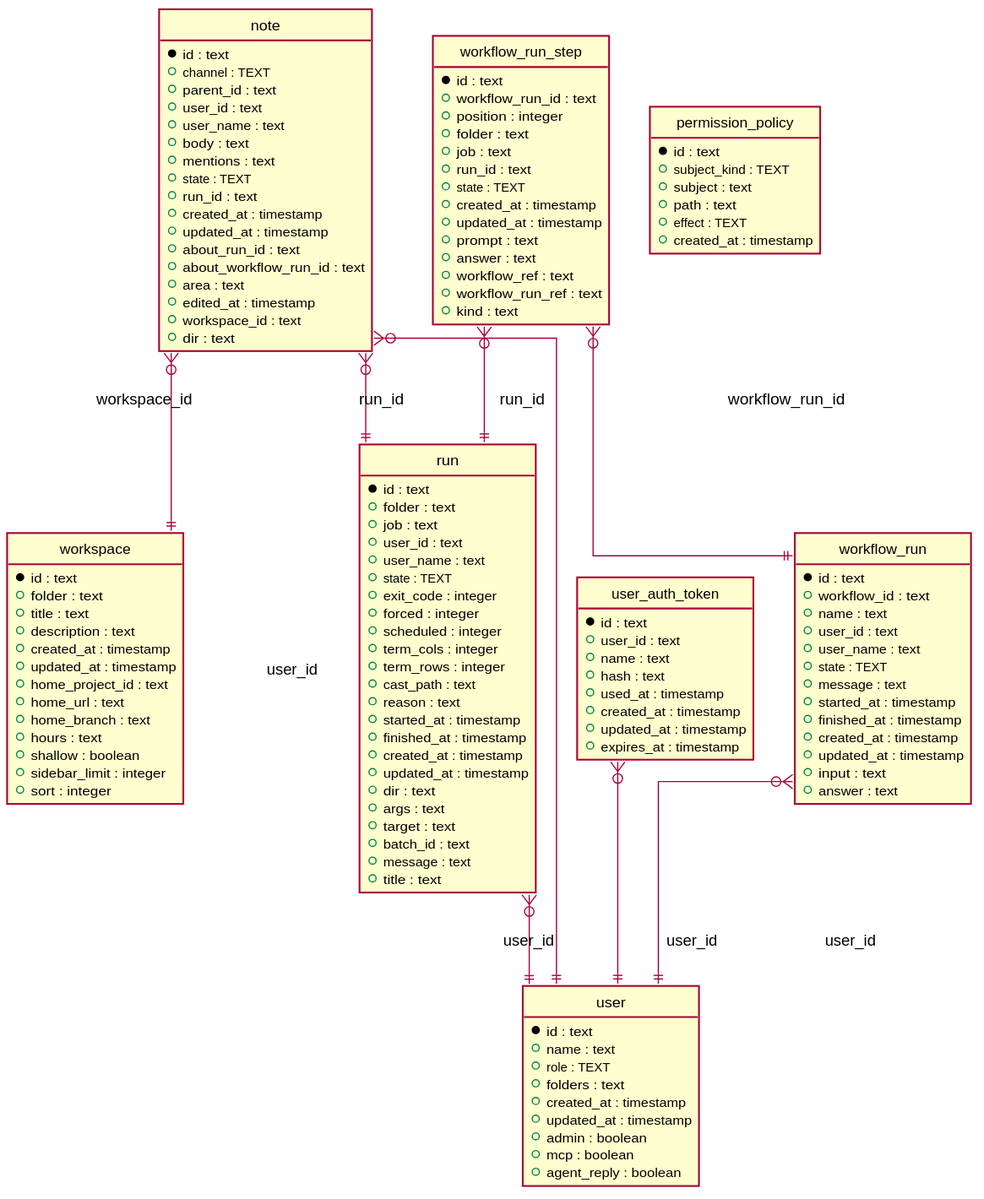
Before: phpfront/app/modules/profile/schema.svg, a diagram exported from PlantUML (titpetric/task-ui). The source it was exported from:
```plantuml
@startuml
hide circle
hide empty members
skinparam linetype ortho
skinparam shadowing false
skinparam backgroundColor transparent
entity "note" {
  * id : text
  + channel : TEXT
  + parent_id : text
  + user_id : text
  + user_name : text
  + body : text
  + mentions : text
  + state : TEXT
  + run_id : text
  + created_at : timestamp
  + updated_at : timestamp
  + about_run_id : text
  + about_workflow_run_id : text
  + area : text
  + edited_at : timestamp
  + workspace_id : text
  + dir : text
}

entity "permission_policy" {
  * id : text
  + subject_kind : TEXT
  + subject : text
  + path : text
  + effect : TEXT
  + created_at : timestamp
}

entity "run" {
  * id : text
  + folder : text
  + job : text
  + user_id : text
  + user_name : text
  + state : TEXT
  + exit_code : integer
  + forced : integer
  + scheduled : integer
  + term_cols : integer
  + term_rows : integer
  + cast_path : text
  + reason : text
  + started_at : timestamp
  + finished_at : timestamp
  + created_at : timestamp
  + updated_at : timestamp
  + dir : text
  + args : text
  + target : text
  + batch_id : text
  + message : text
  + title : text
}

entity "user" {
  * id : text
  + name : text
  + role : TEXT
  + folders : text
  + created_at : timestamp
  + updated_at : timestamp
  + admin : boolean
  + mcp : boolean
  + agent_reply : boolean
}

entity "user_auth_token" {
  * id : text
  + user_id : text
  + name : text
  + hash : text
  + used_at : timestamp
  + created_at : timestamp
  + updated_at : timestamp
  + expires_at : timestamp
}

entity "workflow_run" {
  * id : text
  + workflow_id : text
  + name : text
  + user_id : text
  + user_name : text
  + state : TEXT
  + message : text
  + started_at : timestamp
  + finished_at : timestamp
  + created_at : timestamp
  + updated_at : timestamp
  + input : text
  + answer : text
}

entity "workflow_run_step" {
  * id : text
  + workflow_run_id : text
  + position : integer
  + folder : text
  + job : text
  + run_id : text
  + state : TEXT
  + created_at : timestamp
  + updated_at : timestamp
  + prompt : text
  + answer : text
  + workflow_ref : text
  + workflow_run_ref : text
  + kind : text
}

entity "workspace" {
  * id : text
  + folder : text
  + title : text
  + description : text
  + created_at : timestamp
  + updated_at : timestamp
  + home_project_id : text
  + home_url : text
  + home_branch : text
  + hours : text
  + shallow : boolean
  + sidebar_limit : integer
  + sort : integer
}

note }o--|| user : user_id
note }o--|| run : run_id
note }o--|| workspace : workspace_id
run }o--|| user : user_id
user_auth_token }o--|| user : user_id
workflow_run }o--|| user : user_id
workflow_run_step }o--|| workflow_run : workflow_run_id
workflow_run_step }o--|| run : run_id
@enduml
```
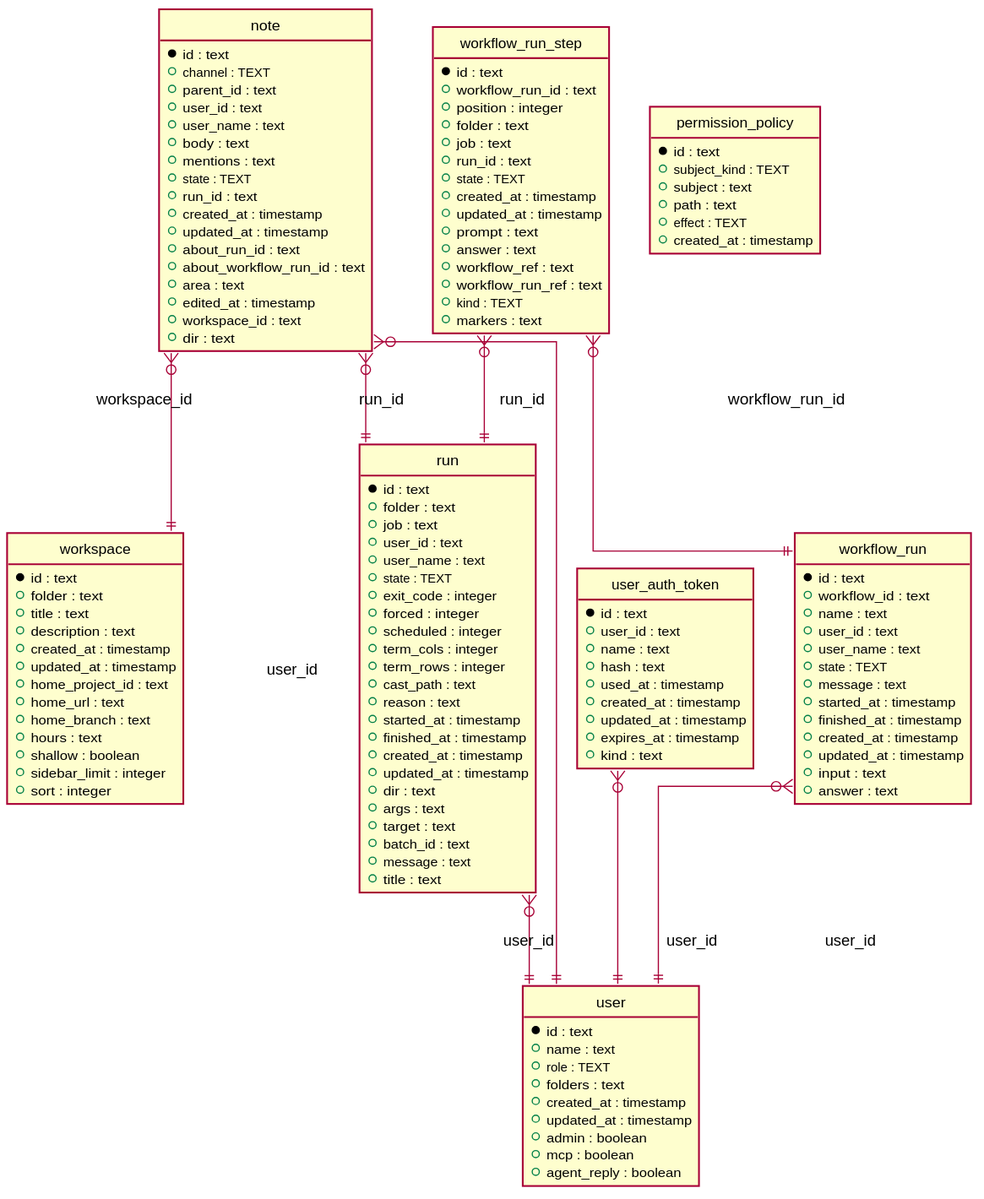
After the commit.

Change to the diagram source:
```diff
@@ -80,6 +80,7 @@
   + created_at : timestamp
   + updated_at : timestamp
   + expires_at : timestamp
+  + kind : text
 }
 
 entity "workflow_run" {
@@ -112,7 +113,8 @@
   + answer : text
   + workflow_ref : text
   + workflow_run_ref : text
-  + kind : text
+  + kind : TEXT
+  + markers : text
 }
 
 entity "workspace" {
```
